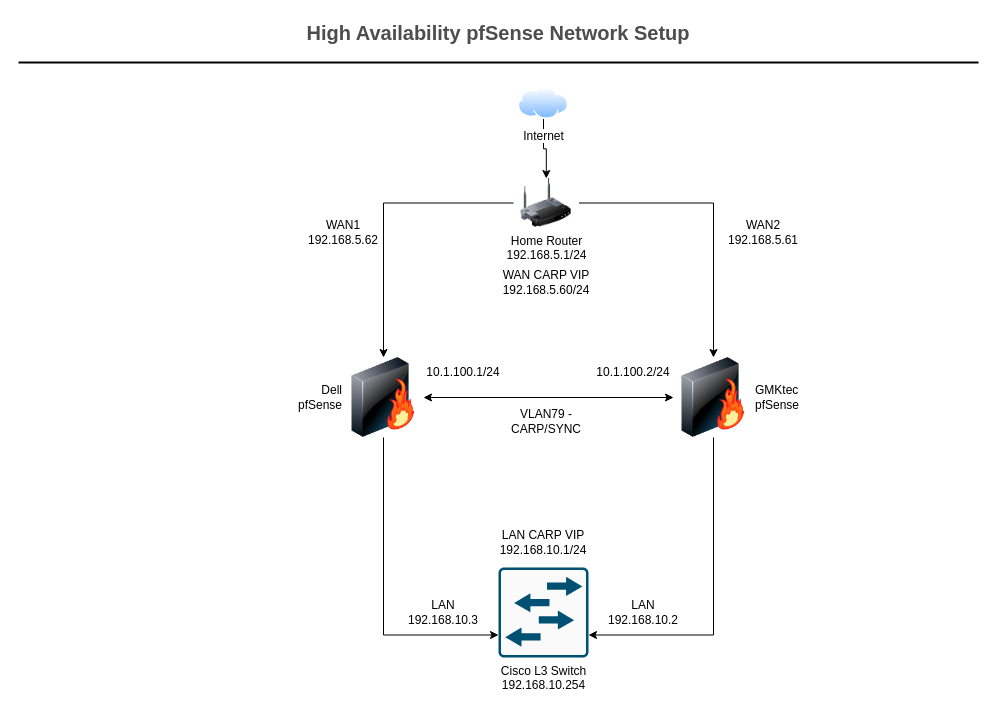
The draw.io diagram page "Copy of Page-1" (2 of 2) of Data/Current Simple Diagram.drawio in fahadshery/AnalyticsEdge, before the edit. Source tidied: cells renumbered, new cells numbered last; positions are measured from the earlier drawing's top-left corner, leaving out a move shared by most shapes. Both pictures are drawn from the tidied source at 100%, with x=0, y=0 at pixel (18, 17).
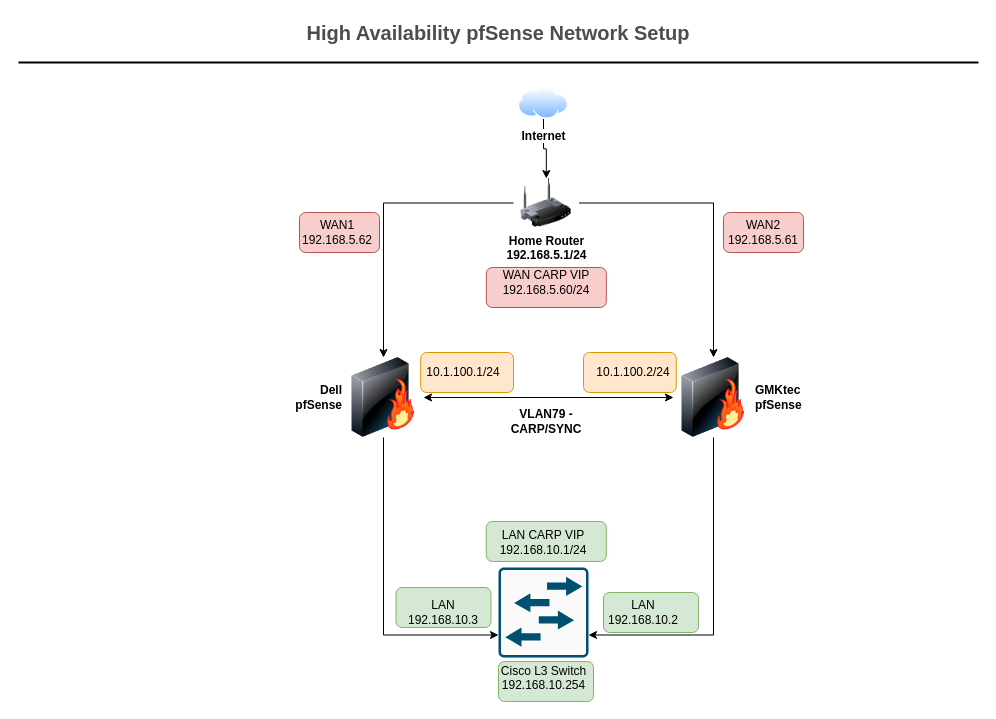
After the change.

The edit, as a diff of the source:
```diff
@@
+    <mxCell id="24" style="rounded=1;whiteSpace=wrap;html=1;fillColor=#ffe6cc;strokeColor=#d79b00;" parent="1" vertex="1">
+      <mxGeometry x="402.2" y="335" width="92.8" height="40" as="geometry" />
+    </mxCell>
+    <mxCell id="25" style="rounded=1;whiteSpace=wrap;html=1;fillColor=#ffe6cc;strokeColor=#d79b00;" parent="1" vertex="1">
+      <mxGeometry x="565" y="335" width="92.8" height="40" as="geometry" />
+    </mxCell>
+    <mxCell id="26" style="rounded=1;whiteSpace=wrap;html=1;fillColor=#f8cecc;strokeColor=#b85450;" parent="1" vertex="1">
+      <mxGeometry x="281" y="195" width="80" height="40" as="geometry" />
+    </mxCell>
+    <mxCell id="27" style="rounded=1;whiteSpace=wrap;html=1;fillColor=#f8cecc;strokeColor=#b85450;" parent="1" vertex="1">
+      <mxGeometry x="705" y="195" width="80" height="40" as="geometry" />
+    </mxCell>
+    <mxCell id="28" style="rounded=1;whiteSpace=wrap;html=1;fillColor=#d5e8d4;strokeColor=#82b366;" parent="1" vertex="1">
+      <mxGeometry x="480" y="644" width="95" height="40" as="geometry" />
+    </mxCell>
+    <mxCell id="29" style="rounded=1;whiteSpace=wrap;html=1;fillColor=#d5e8d4;strokeColor=#82b366;" parent="1" vertex="1">
+      <mxGeometry x="377.5" y="570" width="95" height="40" as="geometry" />
+    </mxCell>
+    <mxCell id="30" style="rounded=1;whiteSpace=wrap;html=1;fillColor=#d5e8d4;strokeColor=#82b366;" parent="1" vertex="1">
+      <mxGeometry x="585" y="575" width="95" height="40" as="geometry" />
+    </mxCell>
+    <mxCell id="31" style="rounded=1;whiteSpace=wrap;html=1;fillColor=#d5e8d4;strokeColor=#82b366;" parent="1" vertex="1">
+      <mxGeometry x="467.8" y="504" width="120" height="40" as="geometry" />
+    </mxCell>
+    <mxCell id="32" style="rounded=1;whiteSpace=wrap;html=1;fillColor=#f8cecc;strokeColor=#b85450;" parent="1" vertex="1">
+      <mxGeometry x="467.8" y="250" width="120" height="40" as="geometry" />
+    </mxCell>
@@
-    <mxCell id="5" value="Internet" style="perimeter=ellipsePerimeter;html=1;align=center;shadow=0;dashed=0;spacingTop=3;image;image=img/lib/active_directory/internet_cloud.svg;" parent="1" vertex="1">
+    <mxCell id="5" value="Internet" style="perimeter=ellipsePerimeter;html=1;align=center;shadow=0;dashed=0;spacingTop=3;image;image=img/lib/active_directory/internet_cloud.svg;fontStyle=1;" parent="1" vertex="1">
       <mxGeometry x="500" y="70" width="50" height="31.5" as="geometry" />
     </mxCell>
@@
-    <mxCell id="8" value="Home Router&lt;br&gt;192.168.5.1/24&lt;br&gt;" style="image;html=1;image=img/lib/clip_art/networking/Wireless_Router_128x128.png;" parent="1" vertex="1">
+    <mxCell id="8" value="Home Router&lt;br&gt;192.168.5.1/24&lt;br&gt;" style="image;html=1;image=img/lib/clip_art/networking/Wireless_Router_128x128.png;fontStyle=1;" parent="1" vertex="1">
       <mxGeometry x="495" y="161" width="65.5" height="49" as="geometry" />
     </mxCell>
@@
-    <mxCell id="11" value="Dell&lt;br&gt;pfSense" style="image;html=1;image=img/lib/clip_art/networking/Firewall-page1_128x128.png;labelPosition=left;verticalLabelPosition=middle;align=right;verticalAlign=middle;" parent="1" vertex="1">
+    <mxCell id="11" value="Dell&lt;br&gt;pfSense" style="image;html=1;image=img/lib/clip_art/networking/Firewall-page1_128x128.png;labelPosition=left;verticalLabelPosition=middle;align=right;verticalAlign=middle;fontStyle=1;" parent="1" vertex="1">
       <mxGeometry x="325" y="340" width="80" height="80" as="geometry" />
     </mxCell>
@@
-    <mxCell id="15" value="GMKtec&lt;br&gt;pfSense" style="image;html=1;image=img/lib/clip_art/networking/Firewall-page1_128x128.png;labelPosition=right;verticalLabelPosition=middle;align=left;verticalAlign=middle;" parent="1" vertex="1">
+    <mxCell id="15" value="GMKtec&lt;br&gt;pfSense" style="image;html=1;image=img/lib/clip_art/networking/Firewall-page1_128x128.png;labelPosition=right;verticalLabelPosition=middle;align=left;verticalAlign=middle;fontStyle=1;" parent="1" vertex="1">
       <mxGeometry x="655" y="340" width="80" height="80" as="geometry" />
     </mxCell>
     <mxCell id="16" value="WAN1&lt;br&gt;192.168.5.62" style="text;html=1;strokeColor=none;fillColor=none;align=center;verticalAlign=middle;whiteSpace=wrap;rounded=0;" parent="1" vertex="1">
-      <mxGeometry x="295" y="200" width="60" height="30" as="geometry" />
+      <mxGeometry x="289" y="200" width="60" height="30" as="geometry" />
     </mxCell>
@@
-    <mxCell id="19" value="VLAN79 - CARP/SYNC" style="text;html=1;strokeColor=none;fillColor=none;align=center;verticalAlign=middle;whiteSpace=wrap;rounded=0;" parent="1" vertex="1">
+    <mxCell id="19" value="VLAN79 - CARP/SYNC" style="text;html=1;strokeColor=none;fillColor=none;align=center;verticalAlign=middle;whiteSpace=wrap;rounded=0;fontStyle=1;" parent="1" vertex="1">
       <mxGeometry x="497.8" y="389" width="60" height="30" as="geometry" />
     </mxCell>
```
